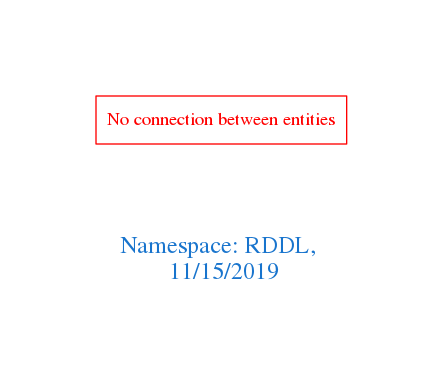
Above: downloads/RDDL.png in arago/OGIT (Graphviz), before the change. Its source is kept beside it as downloads/RDDL.dot.
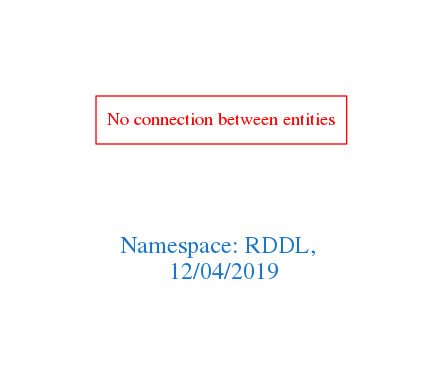
The same diagram one commit later.

The edit, as a diff of the source:
```diff
@@ -1,7 +1,7 @@
 digraph OGIT_ontology {
  graph [ rankdir= LR,pad=1
 fontsize = 18,
-fontcolor= dodgerblue3,label = "\n\n\nNamespace: RDDL, \n 11/15/2019"];
+fontcolor= dodgerblue3,label = "\n\n\nNamespace: RDDL, \n 12/04/2019"];
 node[shape=polygon];
 edge [  color="gray81"];
 
```
